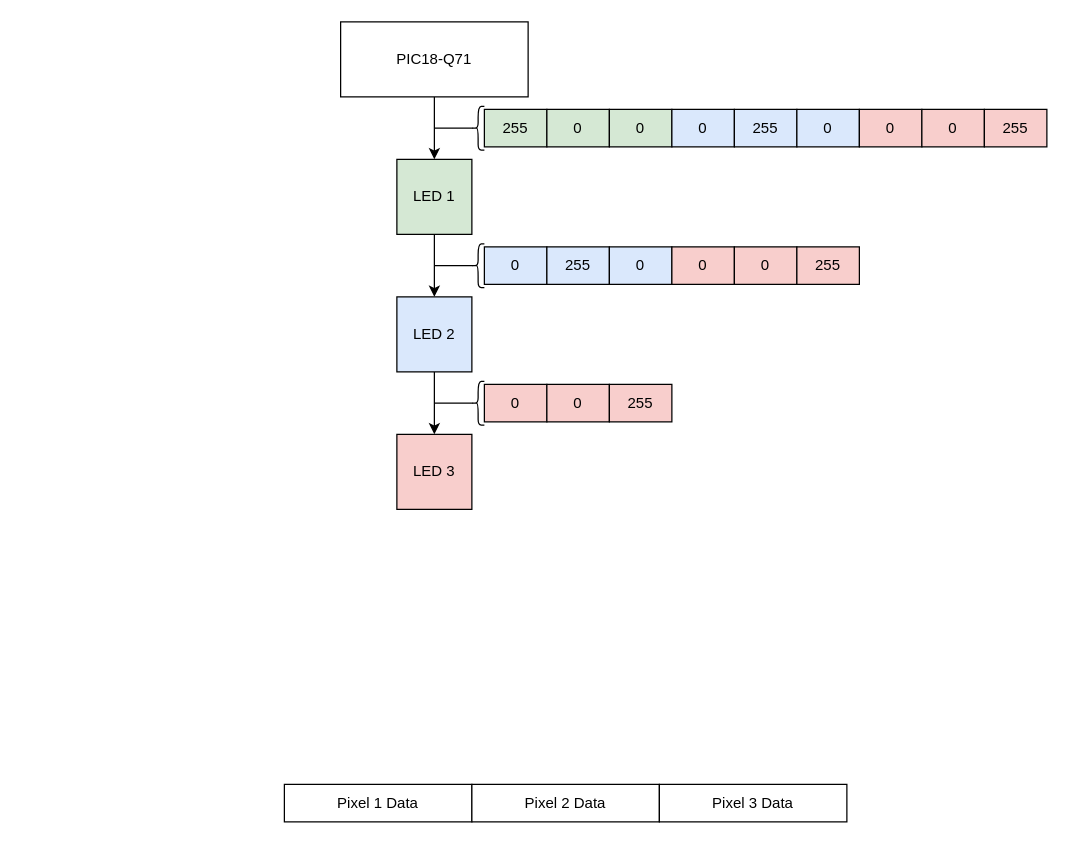
Above: dmx/ws2812_data.drawio in jfcbooth/block_diagrams (draw.io), before the change. Source tidied: cells renumbered, new cells numbered last; positions are measured from the earlier drawing's top-left corner, leaving out a move shared by most shapes. Both pictures are drawn from the tidied source at 125%, with x=0, y=0 at pixel (284, 21).
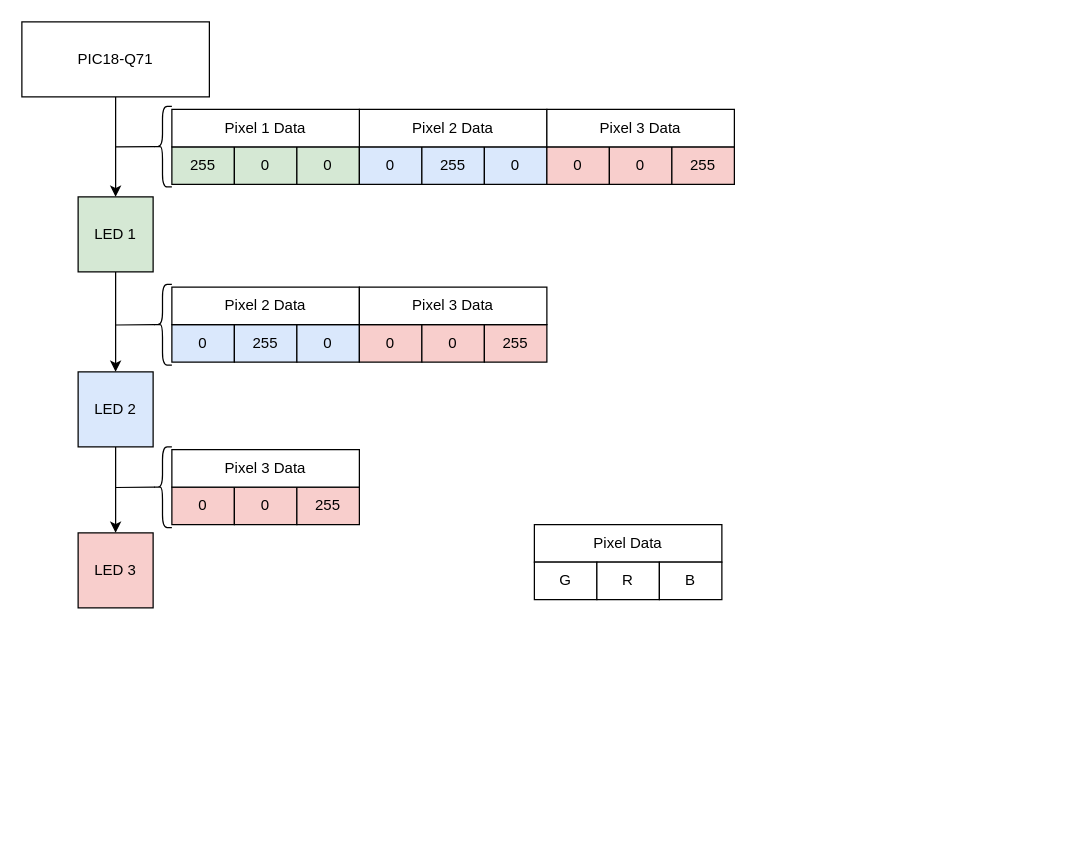
After the change.

Diff of the diagram source:
```diff
@@
     <mxCell id="3" value="LED 1" style="rounded=0;whiteSpace=wrap;html=1;fillColor=#d5e8d4;strokeColor=#000000;" parent="1" vertex="1">
-      <mxGeometry x="90" y="110" width="60" height="60" as="geometry" />
+      <mxGeometry x="-165" y="140" width="60" height="60" as="geometry" />
     </mxCell>
@@
     <mxCell id="5" value="&lt;div&gt;LED 2&lt;/div&gt;" style="rounded=0;whiteSpace=wrap;html=1;fillColor=#dae8fc;strokeColor=#000000;" parent="1" vertex="1">
-      <mxGeometry x="90" y="220" width="60" height="60" as="geometry" />
+      <mxGeometry x="-165" y="280" width="60" height="60" as="geometry" />
     </mxCell>
     <mxCell id="6" value="LED 3" style="rounded=0;whiteSpace=wrap;html=1;fillColor=#f8cecc;strokeColor=#000000;" parent="1" vertex="1">
-      <mxGeometry x="90" y="330" width="60" height="60" as="geometry" />
+      <mxGeometry x="-165" y="408.8" width="60" height="60" as="geometry" />
     </mxCell>
     <mxCell id="7" value="255" style="rounded=0;whiteSpace=wrap;html=1;fillColor=#d5e8d4;strokeColor=#000000;" parent="1" vertex="1">
-      <mxGeometry x="160" y="70" width="50" height="30" as="geometry" />
+      <mxGeometry x="-90" y="100" width="50" height="30" as="geometry" />
     </mxCell>
     <mxCell id="8" value="0" style="rounded=0;whiteSpace=wrap;html=1;fillColor=#d5e8d4;strokeColor=#000000;" parent="1" vertex="1">
-      <mxGeometry x="210" y="70" width="50" height="30" as="geometry" />
+      <mxGeometry x="-40" y="100" width="50" height="30" as="geometry" />
     </mxCell>
     <mxCell id="9" value="0" style="rounded=0;whiteSpace=wrap;html=1;fillColor=#d5e8d4;strokeColor=#000000;" parent="1" vertex="1">
-      <mxGeometry x="260" y="70" width="50" height="30" as="geometry" />
+      <mxGeometry x="10" y="100" width="50" height="30" as="geometry" />
     </mxCell>
     <mxCell id="10" value="0" style="rounded=0;whiteSpace=wrap;html=1;fillColor=#dae8fc;strokeColor=#000000;" parent="1" vertex="1">
-      <mxGeometry x="310" y="70" width="50" height="30" as="geometry" />
+      <mxGeometry x="60" y="100" width="50" height="30" as="geometry" />
     </mxCell>
     <mxCell id="11" value="255" style="rounded=0;whiteSpace=wrap;html=1;fillColor=#dae8fc;strokeColor=#000000;" parent="1" vertex="1">
-      <mxGeometry x="360" y="70" width="50" height="30" as="geometry" />
+      <mxGeometry x="110" y="100" width="50" height="30" as="geometry" />
     </mxCell>
     <mxCell id="12" value="0" style="rounded=0;whiteSpace=wrap;html=1;fillColor=#dae8fc;strokeColor=#000000;" parent="1" vertex="1">
-      <mxGeometry x="410" y="70" width="50" height="30" as="geometry" />
+      <mxGeometry x="160" y="100" width="50" height="30" as="geometry" />
     </mxCell>
     <mxCell id="13" value="0" style="rounded=0;whiteSpace=wrap;html=1;fillColor=#f8cecc;strokeColor=#000000;" parent="1" vertex="1">
-      <mxGeometry x="460" y="70" width="50" height="30" as="geometry" />
+      <mxGeometry x="210" y="100" width="50" height="30" as="geometry" />
     </mxCell>
     <mxCell id="14" value="0" style="rounded=0;whiteSpace=wrap;html=1;fillColor=#f8cecc;strokeColor=#000000;" parent="1" vertex="1">
-      <mxGeometry x="510" y="70" width="50" height="30" as="geometry" />
+      <mxGeometry x="260" y="100" width="50" height="30" as="geometry" />
     </mxCell>
     <mxCell id="15" value="255" style="rounded=0;whiteSpace=wrap;html=1;fillColor=#f8cecc;strokeColor=#000000;" parent="1" vertex="1">
-      <mxGeometry x="560" y="70" width="50" height="30" as="geometry" />
+      <mxGeometry x="310" y="100" width="50" height="30" as="geometry" />
     </mxCell>
-    <mxCell id="16" value="Pixel 1 Data" style="rounded=0;whiteSpace=wrap;html=1;" parent="1" vertex="1">
-      <mxGeometry y="610" width="150" height="30" as="geometry" />
+    <mxCell id="16" value="Pixel Data" style="rounded=0;whiteSpace=wrap;html=1;" parent="1" vertex="1">
+      <mxGeometry x="200" y="402.2" width="150" height="30" as="geometry" />
     </mxCell>
     <mxCell id="17" value="Pixel 2 Data" style="rounded=0;whiteSpace=wrap;html=1;" parent="1" vertex="1">
-      <mxGeometry x="150" y="610" width="150" height="30" as="geometry" />
+      <mxGeometry x="60" y="70" width="150" height="30" as="geometry" />
     </mxCell>
     <mxCell id="18" value="Pixel 3 Data" style="rounded=0;whiteSpace=wrap;html=1;" parent="1" vertex="1">
-      <mxGeometry x="300" y="610" width="150" height="30" as="geometry" />
+      <mxGeometry x="210" y="70" width="150" height="30" as="geometry" />
     </mxCell>
     <mxCell id="19" value="0" style="rounded=0;whiteSpace=wrap;html=1;fillColor=#dae8fc;strokeColor=#000000;" parent="1" vertex="1">
-      <mxGeometry x="160" y="180" width="50" height="30" as="geometry" />
+      <mxGeometry x="-90" y="242.2" width="50" height="30" as="geometry" />
     </mxCell>
     <mxCell id="20" value="255" style="rounded=0;whiteSpace=wrap;html=1;fillColor=#dae8fc;strokeColor=#000000;" parent="1" vertex="1">
-      <mxGeometry x="210" y="180" width="50" height="30" as="geometry" />
+      <mxGeometry x="-40" y="242.2" width="50" height="30" as="geometry" />
     </mxCell>
     <mxCell id="21" value="0" style="rounded=0;whiteSpace=wrap;html=1;fillColor=#dae8fc;strokeColor=#000000;" parent="1" vertex="1">
-      <mxGeometry x="260" y="180" width="50" height="30" as="geometry" />
+      <mxGeometry x="10" y="242.2" width="50" height="30" as="geometry" />
     </mxCell>
     <mxCell id="22" value="0" style="rounded=0;whiteSpace=wrap;html=1;fillColor=#f8cecc;strokeColor=#000000;" parent="1" vertex="1">
-      <mxGeometry x="310" y="180" width="50" height="30" as="geometry" />
+      <mxGeometry x="60" y="242.2" width="50" height="30" as="geometry" />
     </mxCell>
     <mxCell id="23" value="0" style="rounded=0;whiteSpace=wrap;html=1;fillColor=#f8cecc;strokeColor=#000000;" parent="1" vertex="1">
-      <mxGeometry x="360" y="180" width="50" height="30" as="geometry" />
+      <mxGeometry x="110" y="242.2" width="50" height="30" as="geometry" />
     </mxCell>
     <mxCell id="24" value="255" style="rounded=0;whiteSpace=wrap;html=1;fillColor=#f8cecc;strokeColor=#000000;" parent="1" vertex="1">
-      <mxGeometry x="410" y="180" width="50" height="30" as="geometry" />
+      <mxGeometry x="160" y="242.2" width="50" height="30" as="geometry" />
     </mxCell>
     <mxCell id="25" value="0" style="rounded=0;whiteSpace=wrap;html=1;fillColor=#f8cecc;strokeColor=#000000;" parent="1" vertex="1">
-      <mxGeometry x="160" y="290" width="50" height="30" as="geometry" />
+      <mxGeometry x="-90" y="372.2" width="50" height="30" as="geometry" />
     </mxCell>
     <mxCell id="26" value="0" style="rounded=0;whiteSpace=wrap;html=1;fillColor=#f8cecc;strokeColor=#000000;" parent="1" vertex="1">
-      <mxGeometry x="210" y="290" width="50" height="30" as="geometry" />
+      <mxGeometry x="-40" y="372.2" width="50" height="30" as="geometry" />
     </mxCell>
     <mxCell id="27" value="255" style="rounded=0;whiteSpace=wrap;html=1;fillColor=#f8cecc;strokeColor=#000000;" parent="1" vertex="1">
-      <mxGeometry x="260" y="290" width="50" height="30" as="geometry" />
+      <mxGeometry x="10" y="372.2" width="50" height="30" as="geometry" />
     </mxCell>
@@
     <mxCell id="29" value="PIC18-Q71" style="rounded=0;whiteSpace=wrap;html=1;" parent="1" vertex="1">
-      <mxGeometry x="45" width="150" height="60" as="geometry" />
+      <mxGeometry x="-210" width="150" height="60" as="geometry" />
     </mxCell>
-    <mxCell id="30" style="shape=curlyBracket;whiteSpace=wrap;html=1;rounded=1;labelPosition=left;verticalLabelPosition=middle;align=right;verticalAlign=middle;" parent="1" vertex="1">
-      <mxGeometry x="150" y="67.5" width="10" height="35" as="geometry" />
+    <mxCell id="30" style="shape=curlyBracket;whiteSpace=wrap;html=1;rounded=1;labelPosition=left;verticalLabelPosition=middle;align=right;verticalAlign=middle;size=0.5;" parent="1" vertex="1">
+      <mxGeometry x="-105" y="67.5" width="15" height="64.5" as="geometry" />
     </mxCell>
-    <mxCell id="31" style="endArrow=none;html=1;rounded=0;entryX=0.1;entryY=0.5;entryDx=0;entryDy=0;entryPerimeter=0;" parent="1" edge="1" target="30">
-      <mxGeometry relative="1" as="geometry">
-        <mxPoint x="120" y="85" as="sourcePoint" />
-      </mxGeometry>
-    </mxCell>
-    <mxCell id="32" style="shape=curlyBracket;whiteSpace=wrap;html=1;rounded=1;labelPosition=left;verticalLabelPosition=middle;align=right;verticalAlign=middle;" parent="1" vertex="1">
-      <mxGeometry x="150" y="177.5" width="10" height="35" as="geometry" />
-    </mxCell>
-    <mxCell id="33" style="endArrow=none;html=1;rounded=0;entryX=0.1;entryY=0.5;entryDx=0;entryDy=0;entryPerimeter=0;" parent="1" edge="1" target="32">
-      <mxGeometry relative="1" as="geometry">
-        <mxPoint x="120" y="195" as="sourcePoint" />
-      </mxGeometry>
-    </mxCell>
-    <mxCell id="34" style="shape=curlyBracket;whiteSpace=wrap;html=1;rounded=1;labelPosition=left;verticalLabelPosition=middle;align=right;verticalAlign=middle;" parent="1" vertex="1">
-      <mxGeometry x="150" y="287.5" width="10" height="35" as="geometry" />
-    </mxCell>
-    <mxCell id="35" style="endArrow=none;html=1;rounded=0;entryX=0.1;entryY=0.5;entryDx=0;entryDy=0;entryPerimeter=0;" parent="1" edge="1" target="34">
-      <mxGeometry relative="1" as="geometry">
-        <mxPoint x="120" y="305" as="sourcePoint" />
-      </mxGeometry>
-    </mxCell>
+    <mxCell id="36" value="Pixel 2 Data" style="rounded=0;whiteSpace=wrap;html=1;" parent="1" vertex="1">
+      <mxGeometry x="-90" y="212.2" width="150" height="30" as="geometry" />
+    </mxCell>
+    <mxCell id="37" value="Pixel 3 Data" style="rounded=0;whiteSpace=wrap;html=1;" parent="1" vertex="1">
+      <mxGeometry x="60" y="212.2" width="150" height="30" as="geometry" />
+    </mxCell>
+    <mxCell id="38" value="Pixel 3 Data" style="rounded=0;whiteSpace=wrap;html=1;" parent="1" vertex="1">
+      <mxGeometry x="-90" y="342.2" width="150" height="30" as="geometry" />
+    </mxCell>
+    <mxCell id="39" style="endArrow=none;html=1;rounded=0;exitX=0.1;exitY=0.5;exitDx=0;exitDy=0;exitPerimeter=0;" parent="1" edge="1" source="30">
+      <mxGeometry relative="1" as="geometry">
+        <mxPoint x="-135" y="100" as="targetPoint" />
+      </mxGeometry>
+    </mxCell>
+    <mxCell id="40" style="shape=curlyBracket;whiteSpace=wrap;html=1;rounded=1;labelPosition=left;verticalLabelPosition=middle;align=right;verticalAlign=middle;size=0.5;" parent="1" vertex="1">
+      <mxGeometry x="-105" y="210" width="15" height="64.5" as="geometry" />
+    </mxCell>
+    <mxCell id="41" style="endArrow=none;html=1;rounded=0;exitX=0.1;exitY=0.5;exitDx=0;exitDy=0;exitPerimeter=0;" parent="1" edge="1" source="40">
+      <mxGeometry relative="1" as="geometry">
+        <mxPoint x="-135" y="242.5" as="targetPoint" />
+      </mxGeometry>
+    </mxCell>
+    <mxCell id="42" style="shape=curlyBracket;whiteSpace=wrap;html=1;rounded=1;labelPosition=left;verticalLabelPosition=middle;align=right;verticalAlign=middle;size=0.5;" parent="1" vertex="1">
+      <mxGeometry x="-105" y="340" width="15" height="64.5" as="geometry" />
+    </mxCell>
+    <mxCell id="43" style="endArrow=none;html=1;rounded=0;exitX=0.1;exitY=0.5;exitDx=0;exitDy=0;exitPerimeter=0;" parent="1" edge="1" source="42">
+      <mxGeometry relative="1" as="geometry">
+        <mxPoint x="-135" y="372.5" as="targetPoint" />
+      </mxGeometry>
+    </mxCell>
+    <mxCell id="44" value="Pixel 1 Data" style="rounded=0;whiteSpace=wrap;html=1;" parent="1" vertex="1">
+      <mxGeometry x="-90" y="70" width="150" height="30" as="geometry" />
+    </mxCell>
+    <mxCell id="45" value="G" style="rounded=0;whiteSpace=wrap;html=1;" parent="1" vertex="1">
+      <mxGeometry x="200" y="432.2" width="50" height="30" as="geometry" />
+    </mxCell>
+    <mxCell id="46" value="R" style="rounded=0;whiteSpace=wrap;html=1;" parent="1" vertex="1">
+      <mxGeometry x="250" y="432.2" width="50" height="30" as="geometry" />
+    </mxCell>
+    <mxCell id="47" value="B" style="rounded=0;whiteSpace=wrap;html=1;" parent="1" vertex="1">
+      <mxGeometry x="300" y="432.2" width="50" height="30" as="geometry" />
+    </mxCell>
```
